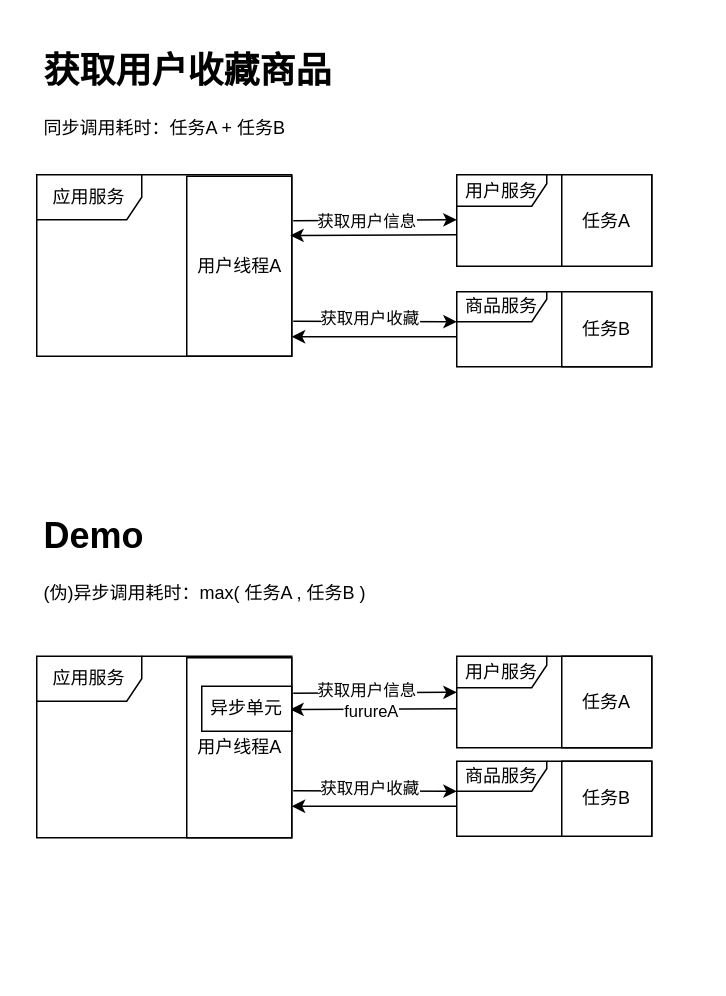
Before: 1.drawio in keep-moving-free/keep-moving-free, a draw.io diagram. Source tidied: cells renumbered, new cells numbered last; positions are measured from the earlier drawing's top-left corner, leaving out a move shared by most shapes. Both pictures are drawn from the tidied source at 150%, with x=0, y=0 at pixel (36, 40).
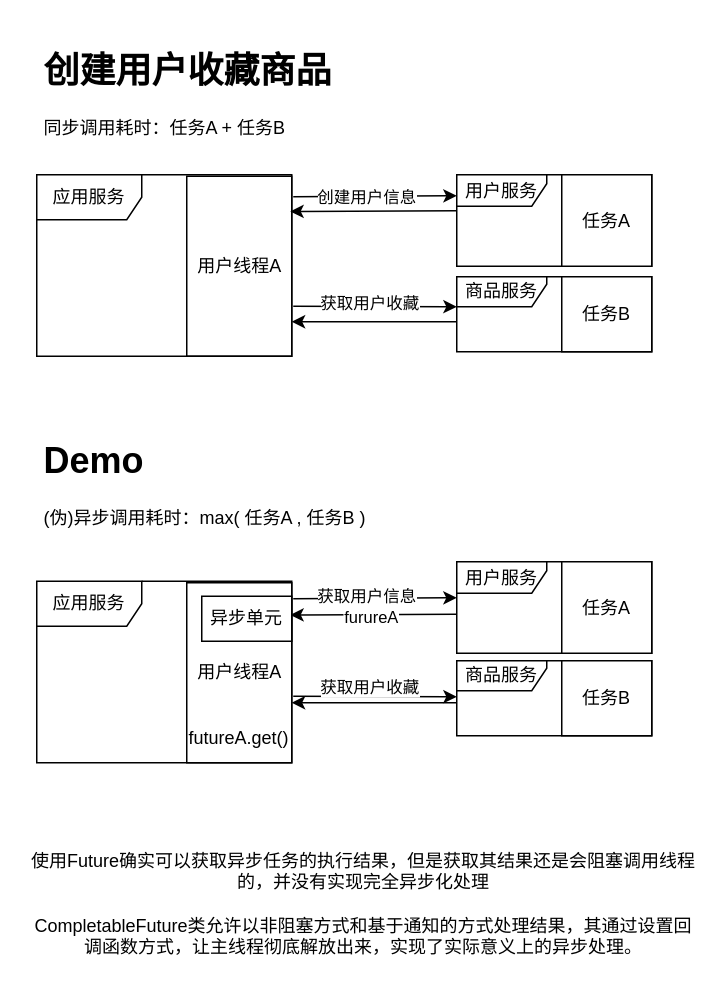
The same diagram, later.

The edit, as a diff of the source:
```diff
@@
-    <mxCell id="2" value="&lt;h1&gt;获取用户收藏商品&lt;/h1&gt;&lt;p&gt;同步调用耗时：任务A + 任务B&lt;/p&gt;" style="text;html=1;strokeColor=none;fillColor=none;spacing=5;spacingTop=-20;whiteSpace=wrap;overflow=hidden;rounded=0;" parent="1" vertex="1">
+    <mxCell id="2" value="&lt;h1&gt;创建用户收藏商品&lt;/h1&gt;&lt;p&gt;同步调用耗时：任务A + 任务B&lt;/p&gt;" style="text;html=1;strokeColor=none;fillColor=none;spacing=5;spacingTop=-20;whiteSpace=wrap;overflow=hidden;rounded=0;" parent="1" vertex="1">
       <mxGeometry width="290" height="70" as="geometry" />
     </mxCell>
@@
     <mxCell id="6" value="商品服务" style="shape=umlFrame;whiteSpace=wrap;html=1;width=60;height=20;" parent="1" vertex="1">
-      <mxGeometry x="280" y="167" width="130" height="50" as="geometry" />
+      <mxGeometry x="280" y="157" width="130" height="50" as="geometry" />
     </mxCell>
     <mxCell id="7" style="endArrow=classic;html=1;rounded=0;exitX=1.014;exitY=0.088;exitDx=0;exitDy=0;exitPerimeter=0;" parent="1" edge="1">
       <mxGeometry relative="1" as="geometry">
-        <mxPoint x="171" y="119.6" as="sourcePoint" />
-        <mxPoint x="280" y="119" as="targetPoint" />
+        <mxPoint x="171" y="103.6" as="sourcePoint" />
+        <mxPoint x="280" y="103" as="targetPoint" />
       </mxGeometry>
     </mxCell>
-    <mxCell id="8" value="获取用户信息" style="edgeLabel;html=1;align=center;verticalAlign=middle;" parent="7" vertex="1">
+    <mxCell id="8" value="创建用户信息" style="edgeLabel;html=1;align=center;verticalAlign=middle;" parent="7" vertex="1">
       <mxGeometry x="-0.25" relative="1" as="geometry">
         <mxPoint x="8" as="offset" />
       </mxGeometry>
     </mxCell>
     <mxCell id="9" style="endArrow=classic;html=1;rounded=0;entryX=0.986;entryY=0.171;entryDx=0;entryDy=0;entryPerimeter=0;" parent="1" edge="1">
       <mxGeometry relative="1" as="geometry">
-        <mxPoint x="280" y="129" as="sourcePoint" />
-        <mxPoint x="169" y="129.5" as="targetPoint" />
+        <mxPoint x="280" y="113" as="sourcePoint" />
+        <mxPoint x="169" y="113.5" as="targetPoint" />
       </mxGeometry>
     </mxCell>
     <mxCell id="10" style="endArrow=classic;html=1;rounded=0;exitX=1.014;exitY=0.663;exitDx=0;exitDy=0;exitPerimeter=0;" parent="1" edge="1">
       <mxGeometry relative="1" as="geometry">
-        <mxPoint x="171" y="186.6" as="sourcePoint" />
-        <mxPoint x="280" y="187" as="targetPoint" />
+        <mxPoint x="171" y="176.6" as="sourcePoint" />
+        <mxPoint x="280" y="177" as="targetPoint" />
       </mxGeometry>
     </mxCell>
@@
     <mxCell id="12" style="endArrow=classic;html=1;rounded=0;entryX=1;entryY=0.75;entryDx=0;entryDy=0;" parent="1" edge="1">
       <mxGeometry relative="1" as="geometry">
-        <mxPoint x="280" y="197" as="sourcePoint" />
-        <mxPoint x="170" y="197" as="targetPoint" />
+        <mxPoint x="280" y="187" as="sourcePoint" />
+        <mxPoint x="170" y="187" as="targetPoint" />
       </mxGeometry>
     </mxCell>
@@
     <mxCell id="14" value="任务B" style="rounded=0;whiteSpace=wrap;html=1;" parent="1" vertex="1">
-      <mxGeometry x="350" y="167" width="60" height="50" as="geometry" />
+      <mxGeometry x="350" y="157" width="60" height="50" as="geometry" />
     </mxCell>
     <mxCell id="15" value="&lt;h1&gt;Demo&lt;/h1&gt;&lt;p&gt;(伪)异步调用耗时：max( 任务A , 任务B )&lt;/p&gt;" style="text;html=1;strokeColor=none;fillColor=none;spacing=5;spacingTop=-20;whiteSpace=wrap;overflow=hidden;rounded=0;" parent="1" vertex="1">
-      <mxGeometry y="310" width="290" height="70" as="geometry" />
+      <mxGeometry y="260" width="290" height="70" as="geometry" />
     </mxCell>
     <mxCell id="16" value="用户线程A" style="html=1;" parent="1" vertex="1">
-      <mxGeometry x="100" y="411" width="70" height="120" as="geometry" />
+      <mxGeometry x="100" y="361" width="70" height="120" as="geometry" />
     </mxCell>
     <mxCell id="17" value="应用服务" style="shape=umlFrame;whiteSpace=wrap;html=1;width=70;height=30;" parent="1" vertex="1">
-      <mxGeometry y="410" width="170" height="121" as="geometry" />
+      <mxGeometry y="360" width="170" height="121" as="geometry" />
     </mxCell>
     <mxCell id="18" value="用户服务" style="shape=umlFrame;whiteSpace=wrap;html=1;width=60;height=21;" parent="1" vertex="1">
-      <mxGeometry x="280" y="410" width="130" height="61" as="geometry" />
+      <mxGeometry x="280" y="347" width="130" height="61" as="geometry" />
     </mxCell>
     <mxCell id="19" value="商品服务" style="shape=umlFrame;whiteSpace=wrap;html=1;width=60;height=20;" parent="1" vertex="1">
-      <mxGeometry x="280" y="480" width="130" height="50" as="geometry" />
+      <mxGeometry x="280" y="413" width="130" height="50" as="geometry" />
     </mxCell>
     <mxCell id="20" style="endArrow=classic;html=1;rounded=0;exitX=1.014;exitY=0.088;exitDx=0;exitDy=0;exitPerimeter=0;" parent="1" edge="1">
       <mxGeometry relative="1" as="geometry">
-        <mxPoint x="171" y="434.6" as="sourcePoint" />
-        <mxPoint x="280" y="434" as="targetPoint" />
+        <mxPoint x="171" y="371.6" as="sourcePoint" />
+        <mxPoint x="280" y="371" as="targetPoint" />
       </mxGeometry>
     </mxCell>
@@
     <mxCell id="22" style="endArrow=classic;html=1;rounded=0;entryX=0.986;entryY=0.171;entryDx=0;entryDy=0;entryPerimeter=0;" parent="1" edge="1">
       <mxGeometry relative="1" as="geometry">
-        <mxPoint x="280" y="445" as="sourcePoint" />
-        <mxPoint x="169" y="445.5" as="targetPoint" />
+        <mxPoint x="280" y="382" as="sourcePoint" />
+        <mxPoint x="169" y="382.5" as="targetPoint" />
       </mxGeometry>
     </mxCell>
@@
     <mxCell id="24" style="endArrow=classic;html=1;rounded=0;exitX=1.014;exitY=0.663;exitDx=0;exitDy=0;exitPerimeter=0;" parent="1" edge="1">
       <mxGeometry relative="1" as="geometry">
-        <mxPoint x="171" y="499.6" as="sourcePoint" />
-        <mxPoint x="280" y="500" as="targetPoint" />
+        <mxPoint x="171" y="436.6" as="sourcePoint" />
+        <mxPoint x="280" y="437" as="targetPoint" />
       </mxGeometry>
     </mxCell>
     <mxCell id="25" value="获取用户收藏" style="edgeLabel;html=1;align=center;verticalAlign=middle;" parent="24" vertex="1">
       <mxGeometry x="-0.07" y="2" relative="1" as="geometry">
-        <mxPoint x="-1" as="offset" />
+        <mxPoint x="-1" y="-4" as="offset" />
       </mxGeometry>
     </mxCell>
     <mxCell id="26" style="endArrow=classic;html=1;rounded=0;entryX=1;entryY=0.75;entryDx=0;entryDy=0;" parent="1" edge="1">
       <mxGeometry relative="1" as="geometry">
-        <mxPoint x="280" y="510" as="sourcePoint" />
-        <mxPoint x="170" y="510" as="targetPoint" />
+        <mxPoint x="280" y="441" as="sourcePoint" />
+        <mxPoint x="170" y="441" as="targetPoint" />
       </mxGeometry>
     </mxCell>
     <mxCell id="27" value="任务A" style="rounded=0;whiteSpace=wrap;html=1;" parent="1" vertex="1">
-      <mxGeometry x="350" y="410" width="60" height="61" as="geometry" />
+      <mxGeometry x="350" y="347" width="60" height="61" as="geometry" />
     </mxCell>
     <mxCell id="28" value="任务B" style="rounded=0;whiteSpace=wrap;html=1;" parent="1" vertex="1">
-      <mxGeometry x="350" y="480" width="60" height="50" as="geometry" />
+      <mxGeometry x="350" y="413" width="60" height="50" as="geometry" />
     </mxCell>
     <mxCell id="29" value="异步单元" style="rounded=0;whiteSpace=wrap;html=1;" parent="1" vertex="1">
-      <mxGeometry x="110" y="430" width="60" height="30" as="geometry" />
+      <mxGeometry x="110" y="370" width="60" height="30" as="geometry" />
     </mxCell>
+    <mxCell id="30" value="futureA.get()" style="text;html=1;strokeColor=none;fillColor=none;align=center;verticalAlign=middle;whiteSpace=wrap;rounded=0;" parent="1" vertex="1">
+      <mxGeometry x="105" y="450" width="60" height="30" as="geometry" />
+    </mxCell>
+    <mxCell id="31" value="使用Future确实可以获取异步任务的执行结果，但是获取其结果还是会阻塞调用线程的，并没有实现完全异步化处理&lt;br&gt;&lt;br&gt;CompletableFuture类允许以非阻塞方式和基于通知的方式处理结果，其通过设置回调函数方式，让主线程彻底解放出来，实现了实际意义上的异步处理。" style="text;html=1;strokeColor=none;fillColor=none;align=center;verticalAlign=middle;whiteSpace=wrap;rounded=0;" parent="1" vertex="1">
+      <mxGeometry x="-7" y="530" width="450" height="90" as="geometry" />
+    </mxCell>
```
